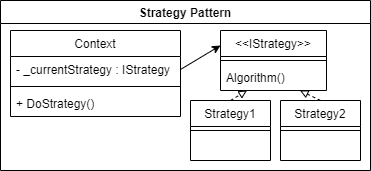
Before: Assets/StrategyPattern/StrategyPatternDiagram.png, a diagram exported from draw.io (Johnny-Connor/GameProgrammingPatterns). Source tidied: cells renumbered, new cells last; positions are measured from the earlier drawing's top-left corner, leaving out a move shared by most shapes. Its diagram source:
```xml
<mxGraphModel>
  <root>
    <mxCell id="0" />
    <mxCell id="1" parent="0" />
    <mxCell id="2" value="Strategy Pattern" style="swimlane;" parent="1" vertex="1">
      <mxGeometry width="370" height="170" as="geometry" />
    </mxCell>
    <mxCell id="3" value="Context" style="swimlane;fontStyle=0;align=center;verticalAlign=top;horizontal=1;startSize=26;" parent="1" vertex="1">
      <mxGeometry x="10" y="30" width="170" height="86" as="geometry" />
    </mxCell>
    <mxCell id="4" value="- _currentStrategy : IStrategy" style="text;strokeColor=none;fillColor=none;align=left;verticalAlign=top;spacingLeft=4;spacingRight=4;overflow=hidden;points=[[0,0.5],[1,0.5]];portConstraint=eastwest;" parent="3" vertex="1">
      <mxGeometry y="26" width="170" height="26" as="geometry" />
    </mxCell>
    <mxCell id="5" style="line;strokeWidth=1;fillColor=none;align=left;verticalAlign=middle;spacingTop=-1;spacingLeft=3;spacingRight=3;labelPosition=right;strokeColor=inherit;" parent="3" vertex="1">
      <mxGeometry y="52" width="170" height="8" as="geometry" />
    </mxCell>
    <mxCell id="6" value="+ DoStrategy()" style="text;strokeColor=none;fillColor=none;align=left;verticalAlign=top;spacingLeft=4;spacingRight=4;overflow=hidden;" parent="3" vertex="1">
      <mxGeometry y="60" width="170" height="26" as="geometry" />
    </mxCell>
    <mxCell id="7" value="&lt;&lt;IStrategy&gt;&gt;" style="swimlane;fontStyle=0;align=center;verticalAlign=top;horizontal=1;startSize=26;" parent="1" vertex="1">
      <mxGeometry x="220" y="30" width="106" height="60" as="geometry" />
    </mxCell>
    <mxCell id="8" style="line;strokeWidth=1;fillColor=none;align=left;verticalAlign=middle;spacingTop=-1;spacingLeft=3;spacingRight=3;labelPosition=right;strokeColor=inherit;" parent="7" vertex="1">
      <mxGeometry y="26" width="106" height="8" as="geometry" />
    </mxCell>
    <mxCell id="9" value="Algorithm()" style="text;strokeColor=none;fillColor=none;align=left;verticalAlign=top;spacingLeft=4;spacingRight=4;overflow=hidden;" parent="7" vertex="1">
      <mxGeometry y="34" width="106" height="26" as="geometry" />
    </mxCell>
    <mxCell id="10" style="rounded=0;jettySize=auto;html=1;exitX=0.5;exitY=0;exitDx=0;exitDy=0;entryX=0.75;entryY=1;entryDx=0;entryDy=0;dashed=1;endArrow=block;endFill=0;" parent="1" edge="1" source="11" target="7">
      <mxGeometry relative="1" as="geometry" />
    </mxCell>
    <mxCell id="11" value="Strategy2" style="swimlane;fontStyle=0;align=center;verticalAlign=top;horizontal=1;startSize=26;" parent="1" vertex="1">
      <mxGeometry x="280" y="100" width="80" height="60" as="geometry" />
    </mxCell>
    <mxCell id="12" style="line;strokeWidth=1;fillColor=none;align=left;verticalAlign=middle;spacingTop=-1;spacingLeft=3;spacingRight=3;labelPosition=right;strokeColor=inherit;" parent="11" vertex="1">
      <mxGeometry y="26" width="80" height="8" as="geometry" />
    </mxCell>
    <mxCell id="13" value=" " style="text;strokeColor=none;fillColor=none;align=left;verticalAlign=top;spacingLeft=4;spacingRight=4;overflow=hidden;" parent="11" vertex="1">
      <mxGeometry y="34" width="80" height="26" as="geometry" />
    </mxCell>
    <mxCell id="14" style="rounded=0;jettySize=auto;html=1;exitX=0.5;exitY=0;exitDx=0;exitDy=0;entryX=0.25;entryY=1;entryDx=0;entryDy=0;dashed=1;endArrow=block;endFill=0;" parent="1" edge="1" source="15" target="7">
      <mxGeometry relative="1" as="geometry" />
    </mxCell>
    <mxCell id="15" value="Strategy1" style="swimlane;fontStyle=0;align=center;verticalAlign=top;horizontal=1;startSize=26;" parent="1" vertex="1">
      <mxGeometry x="190" y="100" width="80" height="60" as="geometry" />
    </mxCell>
    <mxCell id="16" style="line;strokeWidth=1;fillColor=none;align=left;verticalAlign=middle;spacingTop=-1;spacingLeft=3;spacingRight=3;labelPosition=right;strokeColor=inherit;" parent="15" vertex="1">
      <mxGeometry y="26" width="80" height="8" as="geometry" />
    </mxCell>
    <mxCell id="17" value=" " style="text;strokeColor=none;fillColor=none;align=left;verticalAlign=top;spacingLeft=4;spacingRight=4;overflow=hidden;" parent="15" vertex="1">
      <mxGeometry y="34" width="80" height="26" as="geometry" />
    </mxCell>
    <mxCell id="18" style="edgeStyle=none;rounded=0;jettySize=auto;html=1;exitX=1;exitY=0.5;exitDx=0;exitDy=0;entryX=0;entryY=0.25;entryDx=0;entryDy=0;endArrow=classic;endFill=1;" parent="1" edge="1" source="4" target="7">
      <mxGeometry relative="1" as="geometry" />
    </mxCell>
  </root>
</mxGraphModel>
```
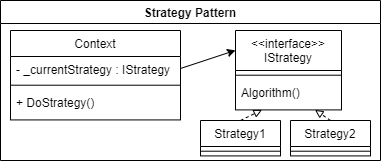
Later version of the same file.

Commit message:
Strategy and State pattern diagrams updated.

- Changed how interfaces are represented.
- Minimized the space occupied by empty text spaces.
- Removed small gap outside the StatePattern diagram caused by an exportation bug from diagram.net.

Diff of the diagram source:
```diff
@@ -2,56 +2,50 @@
   <root>
     <mxCell id="0" />
     <mxCell id="1" parent="0" />
-    <mxCell id="2" value="Strategy Pattern" style="swimlane;" parent="1" vertex="1">
-      <mxGeometry width="370" height="170" as="geometry" />
+    <mxCell id="2" value="Strategy Pattern" style="swimlane;labelBorderColor=none;labelBackgroundColor=none;spacing=2;" parent="1" vertex="1">
+      <mxGeometry width="380" height="160" as="geometry" />
     </mxCell>
-    <mxCell id="3" value="Context" style="swimlane;fontStyle=0;align=center;verticalAlign=top;horizontal=1;startSize=26;" parent="1" vertex="1">
-      <mxGeometry x="10" y="30" width="170" height="86" as="geometry" />
+    <mxCell id="3" value="Context" style="swimlane;fontStyle=0;align=center;verticalAlign=top;horizontal=1;startSize=26;" parent="2" vertex="1">
+      <mxGeometry x="10" y="30" width="170" height="89.4" as="geometry" />
     </mxCell>
     <mxCell id="4" value="- _currentStrategy : IStrategy" style="text;strokeColor=none;fillColor=none;align=left;verticalAlign=top;spacingLeft=4;spacingRight=4;overflow=hidden;points=[[0,0.5],[1,0.5]];portConstraint=eastwest;" parent="3" vertex="1">
-      <mxGeometry y="26" width="170" height="26" as="geometry" />
+      <mxGeometry y="26" width="170" height="24" as="geometry" />
     </mxCell>
     <mxCell id="5" style="line;strokeWidth=1;fillColor=none;align=left;verticalAlign=middle;spacingTop=-1;spacingLeft=3;spacingRight=3;labelPosition=right;strokeColor=inherit;" parent="3" vertex="1">
-      <mxGeometry y="52" width="170" height="8" as="geometry" />
+      <mxGeometry y="50" width="170" height="9.4" as="geometry" />
     </mxCell>
     <mxCell id="6" value="+ DoStrategy()" style="text;strokeColor=none;fillColor=none;align=left;verticalAlign=top;spacingLeft=4;spacingRight=4;overflow=hidden;" parent="3" vertex="1">
-      <mxGeometry y="60" width="170" height="26" as="geometry" />
+      <mxGeometry y="59.4" width="170" height="30" as="geometry" />
     </mxCell>
-    <mxCell id="7" value="&lt;&lt;IStrategy&gt;&gt;" style="swimlane;fontStyle=0;align=center;verticalAlign=top;horizontal=1;startSize=26;" parent="1" vertex="1">
-      <mxGeometry x="220" y="30" width="106" height="60" as="geometry" />
+    <mxCell id="7" value="&lt;&lt;interface&gt;&gt;&#10;IStrategy" style="swimlane;fontStyle=0;align=center;verticalAlign=top;horizontal=1;startSize=40;" parent="2" vertex="1">
+      <mxGeometry x="235" y="30" width="106" height="79.4" as="geometry" />
     </mxCell>
     <mxCell id="8" style="line;strokeWidth=1;fillColor=none;align=left;verticalAlign=middle;spacingTop=-1;spacingLeft=3;spacingRight=3;labelPosition=right;strokeColor=inherit;" parent="7" vertex="1">
-      <mxGeometry y="26" width="106" height="8" as="geometry" />
+      <mxGeometry y="40" width="106" height="9.4" as="geometry" />
     </mxCell>
-    <mxCell id="9" value="Algorithm()" style="text;strokeColor=none;fillColor=none;align=left;verticalAlign=top;spacingLeft=4;spacingRight=4;overflow=hidden;" parent="7" vertex="1">
-      <mxGeometry y="34" width="106" height="26" as="geometry" />
+    <mxCell id="9" value="Algorithm()" style="text;html=1;align=left;verticalAlign=top;strokeColor=none;fillColor=none;spacingLeft=4;spacingRight=4;" parent="7" vertex="1">
+      <mxGeometry y="49.4" width="106" height="30" as="geometry" />
     </mxCell>
-    <mxCell id="10" style="rounded=0;jettySize=auto;html=1;exitX=0.5;exitY=0;exitDx=0;exitDy=0;entryX=0.75;entryY=1;entryDx=0;entryDy=0;dashed=1;endArrow=block;endFill=0;" parent="1" edge="1" source="11" target="7">
-      <mxGeometry relative="1" as="geometry" />
-    </mxCell>
-    <mxCell id="11" value="Strategy2" style="swimlane;fontStyle=0;align=center;verticalAlign=top;horizontal=1;startSize=26;" parent="1" vertex="1">
-      <mxGeometry x="280" y="100" width="80" height="60" as="geometry" />
-    </mxCell>
-    <mxCell id="12" style="line;strokeWidth=1;fillColor=none;align=left;verticalAlign=middle;spacingTop=-1;spacingLeft=3;spacingRight=3;labelPosition=right;strokeColor=inherit;" parent="11" vertex="1">
-      <mxGeometry y="26" width="80" height="8" as="geometry" />
-    </mxCell>
-    <mxCell id="13" value=" " style="text;strokeColor=none;fillColor=none;align=left;verticalAlign=top;spacingLeft=4;spacingRight=4;overflow=hidden;" parent="11" vertex="1">
-      <mxGeometry y="34" width="80" height="26" as="geometry" />
-    </mxCell>
-    <mxCell id="14" style="rounded=0;jettySize=auto;html=1;exitX=0.5;exitY=0;exitDx=0;exitDy=0;entryX=0.25;entryY=1;entryDx=0;entryDy=0;dashed=1;endArrow=block;endFill=0;" parent="1" edge="1" source="15" target="7">
+    <mxCell id="14" style="rounded=0;jettySize=auto;html=1;exitX=0.5;exitY=0;exitDx=0;exitDy=0;entryX=0.25;entryY=1;entryDx=0;entryDy=0;dashed=1;endArrow=block;endFill=0;" parent="2" edge="1" source="15" target="7">
       <mxGeometry relative="1" as="geometry" />
     </mxCell>
-    <mxCell id="15" value="Strategy1" style="swimlane;fontStyle=0;align=center;verticalAlign=top;horizontal=1;startSize=26;" parent="1" vertex="1">
-      <mxGeometry x="190" y="100" width="80" height="60" as="geometry" />
+    <mxCell id="15" value="Strategy1" style="swimlane;fontStyle=0;align=center;verticalAlign=top;horizontal=1;startSize=26;" parent="2" vertex="1">
+      <mxGeometry x="200" y="120" width="80" height="35.4" as="geometry" />
     </mxCell>
     <mxCell id="16" style="line;strokeWidth=1;fillColor=none;align=left;verticalAlign=middle;spacingTop=-1;spacingLeft=3;spacingRight=3;labelPosition=right;strokeColor=inherit;" parent="15" vertex="1">
-      <mxGeometry y="26" width="80" height="8" as="geometry" />
+      <mxGeometry y="26" width="80" height="9.4" as="geometry" />
     </mxCell>
-    <mxCell id="17" value=" " style="text;strokeColor=none;fillColor=none;align=left;verticalAlign=top;spacingLeft=4;spacingRight=4;overflow=hidden;" parent="15" vertex="1">
-      <mxGeometry y="34" width="80" height="26" as="geometry" />
-    </mxCell>
-    <mxCell id="18" style="edgeStyle=none;rounded=0;jettySize=auto;html=1;exitX=1;exitY=0.5;exitDx=0;exitDy=0;entryX=0;entryY=0.25;entryDx=0;entryDy=0;endArrow=classic;endFill=1;" parent="1" edge="1" source="4" target="7">
+    <mxCell id="18" style="edgeStyle=none;rounded=0;jettySize=auto;html=1;exitX=1;exitY=0.5;exitDx=0;exitDy=0;entryX=0;entryY=0.25;entryDx=0;entryDy=0;endArrow=classic;endFill=1;" parent="2" edge="1" source="4" target="7">
       <mxGeometry relative="1" as="geometry" />
     </mxCell>
+    <mxCell id="11" value="Strategy2" style="swimlane;fontStyle=0;align=center;verticalAlign=top;horizontal=1;startSize=26;" parent="2" vertex="1">
+      <mxGeometry x="290" y="120" width="80" height="35.4" as="geometry" />
+    </mxCell>
+    <mxCell id="12" style="line;strokeWidth=1;fillColor=none;align=left;verticalAlign=middle;spacingTop=-1;spacingLeft=3;spacingRight=3;labelPosition=right;strokeColor=inherit;" parent="11" vertex="1">
+      <mxGeometry y="26" width="80" height="9.4" as="geometry" />
+    </mxCell>
+    <mxCell id="10" style="rounded=0;jettySize=auto;html=1;exitX=0.5;exitY=0;exitDx=0;exitDy=0;entryX=0.75;entryY=1;entryDx=0;entryDy=0;dashed=1;endArrow=block;endFill=0;" parent="2" edge="1" source="11" target="7">
+      <mxGeometry relative="1" as="geometry" />
+    </mxCell>
   </root>
 </mxGraphModel>
```
